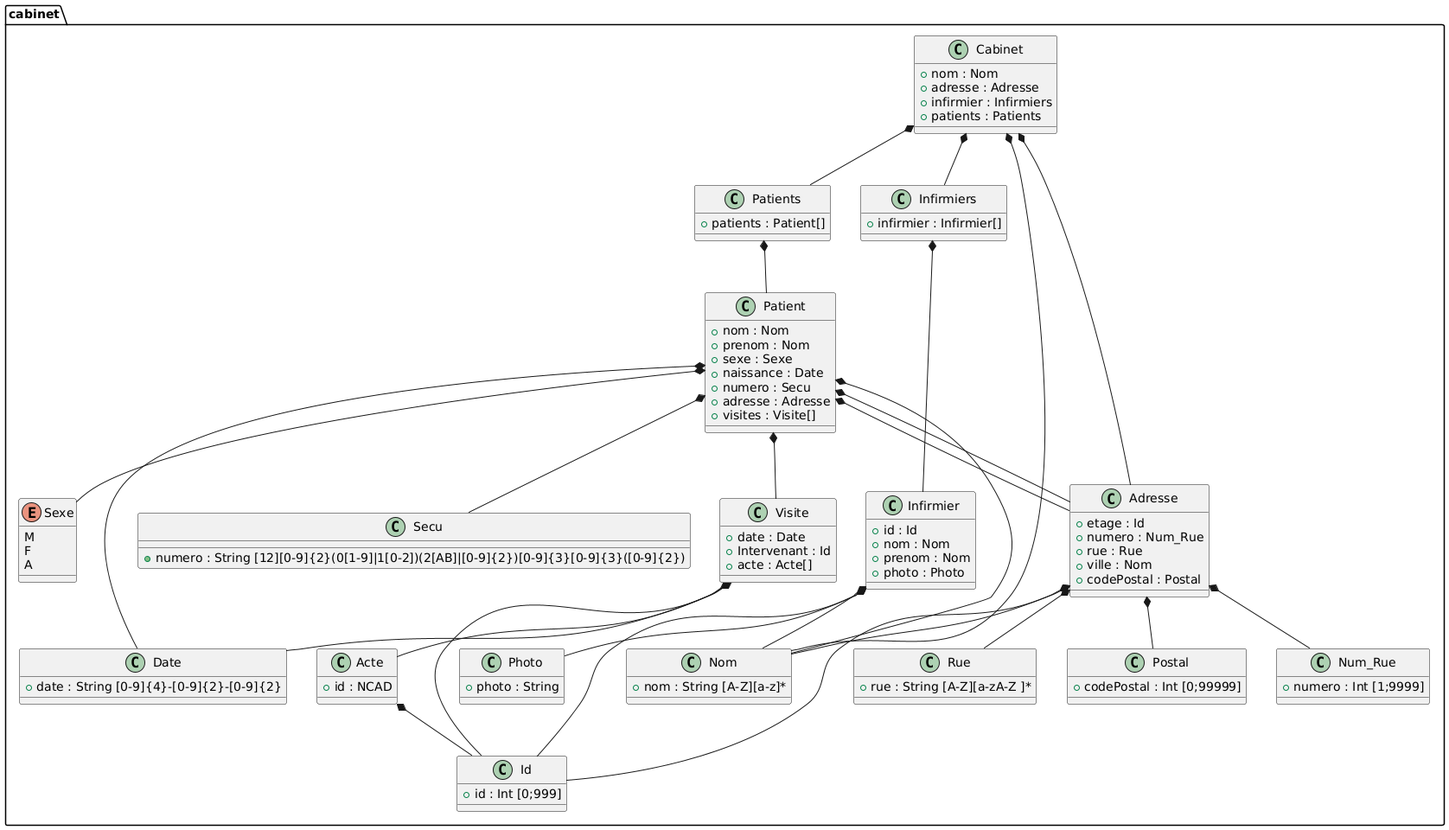
Earlier version of the PlantUML export data/PlantUML_Schema.png (SolarHauks/CabinetInfirmier).
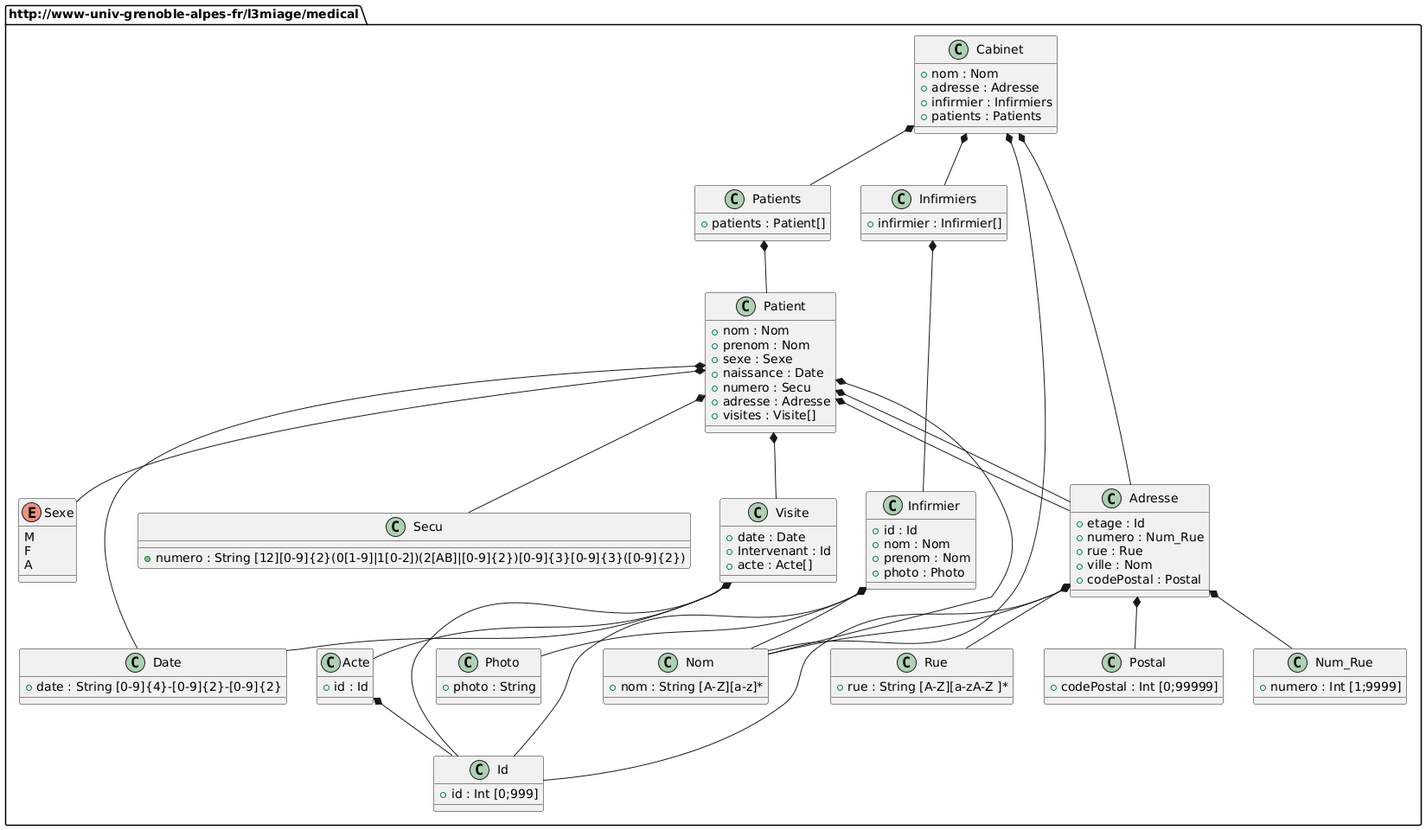
The same diagram one commit later.

Commit message:
Correction du PlantUML et mise à jour de l'image correspondante

Diff of the diagram source:
```diff
@@ -1,5 +1,5 @@
 @startuml
-package cabinet {
+package http://www-univ-grenoble-alpes-fr/l3miage/medical {
         class Cabinet {
             +nom : Nom
             +adresse : Adresse
@@ -47,7 +47,7 @@
         }
 
         class Acte {
-            +id : NCAD
+            +id : Id
         }
 
 
```
